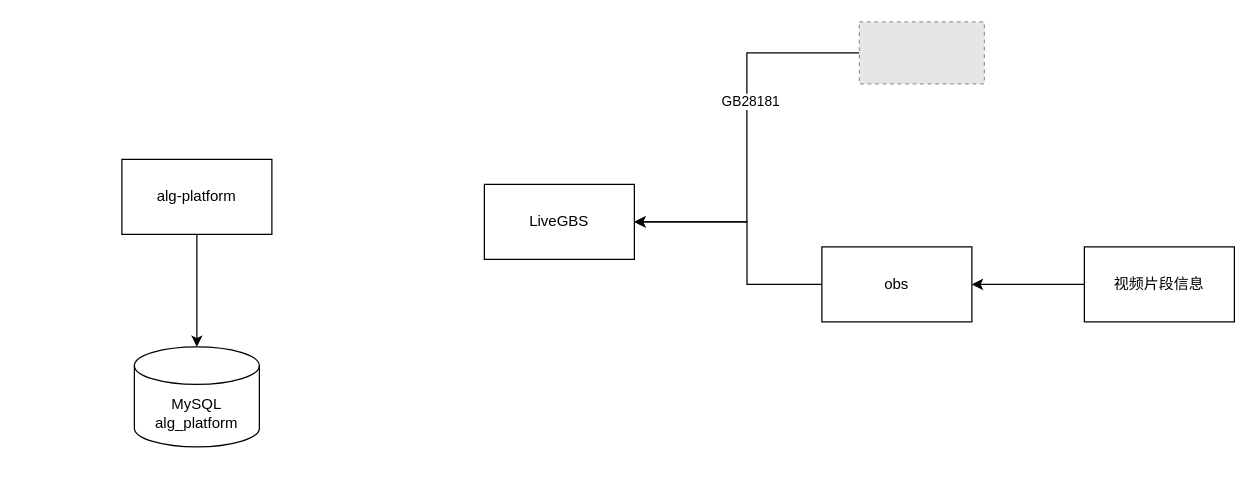
The draw.io diagram page "第 2 页" (2 of 2) of drawio/算法管理平台.drawio in wangyunhuan895-eng/images, before the edit. Source tidied: cells renumbered, new cells numbered last; positions are measured from the earlier drawing's top-left corner, leaving out a move shared by most shapes. Both pictures are drawn from the tidied source at 125%, with x=0, y=0 at pixel (121, 21). Pictures stored in the file or linked from it are replaced by grey dashed boxes.
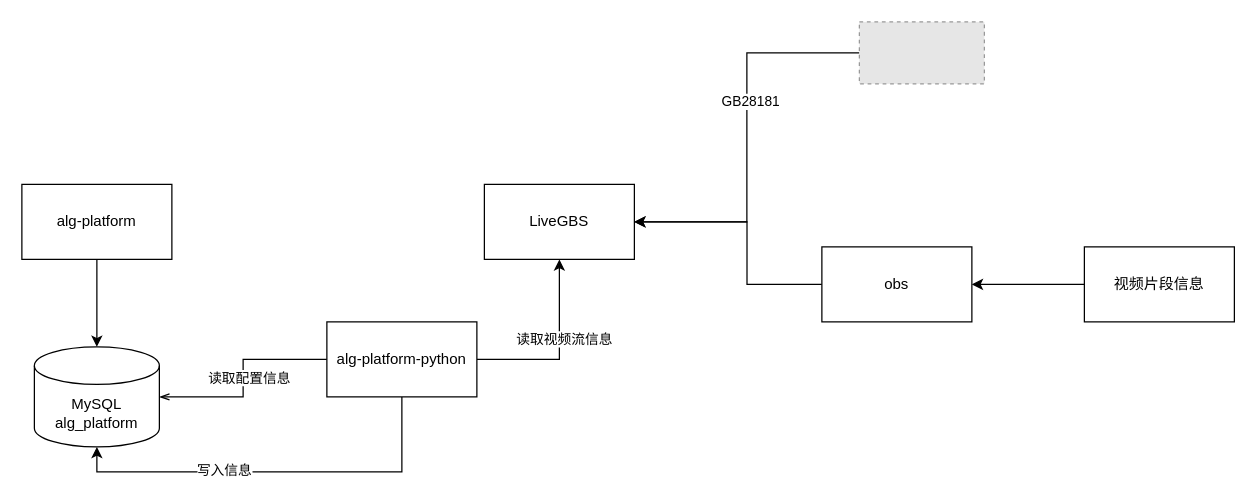
The same page after the edit.

Commit message:
更新算法管理平台.drawio

The change refers to these unchanged cells:
```xml
<mxCell id="5" value="LiveGBS" style="rounded=0;whiteSpace=wrap;html=1;" parent="1" vertex="1">
  <mxGeometry x="290" y="130" width="120" height="60" as="geometry" />
</mxCell>
```

Change to the diagram source:
```diff
@@
     <mxCell id="3" value="alg-platform" style="rounded=0;whiteSpace=wrap;html=1;" parent="1" vertex="1">
-      <mxGeometry y="110" width="120" height="60" as="geometry" />
+      <mxGeometry x="-80" y="130" width="120" height="60" as="geometry" />
     </mxCell>
+    <mxCell id="13" style="edgeStyle=orthogonalEdgeStyle;rounded=0;jettySize=auto;html=1;exitX=1;exitY=0.5;exitDx=0;exitDy=0;exitPerimeter=0;startArrow=openThin;startFill=0;endArrow=none;endFill=0;" parent="1" edge="1" source="4" target="17">
+      <mxGeometry relative="1" as="geometry" />
+    </mxCell>
+    <mxCell id="14" value="读取配置信息" style="edgeLabel;html=1;align=center;verticalAlign=middle;" parent="13" vertex="1">
+      <mxGeometry x="0.01" y="-4" relative="1" as="geometry" />
+    </mxCell>
     <mxCell id="4" value="MySQL&lt;div&gt;alg_platform&lt;/div&gt;" style="shape=cylinder3;whiteSpace=wrap;html=1;boundedLbl=1;backgroundOutline=1;size=15;" parent="1" vertex="1">
-      <mxGeometry x="10" y="260" width="100" height="80" as="geometry" />
+      <mxGeometry x="-70" y="260" width="100" height="80" as="geometry" />
     </mxCell>
@@
+    <mxCell id="15" style="edgeStyle=orthogonalEdgeStyle;rounded=0;jettySize=auto;html=1;exitX=1;exitY=0.5;exitDx=0;exitDy=0;" parent="1" edge="1" source="17" target="5">
+      <mxGeometry relative="1" as="geometry" />
+    </mxCell>
+    <mxCell id="16" value="读取视频流信息" style="edgeLabel;html=1;align=center;verticalAlign=middle;" parent="15" vertex="1">
+      <mxGeometry x="0.14" y="-3" relative="1" as="geometry" />
+    </mxCell>
+    <mxCell id="17" value="alg-platform-python" style="rounded=0;whiteSpace=wrap;html=1;" parent="1" vertex="1">
+      <mxGeometry x="164" y="240" width="120" height="60" as="geometry" />
+    </mxCell>
+    <mxCell id="18" style="edgeStyle=orthogonalEdgeStyle;rounded=0;jettySize=auto;html=1;exitX=0.5;exitY=1;exitDx=0;exitDy=0;entryX=0.5;entryY=1;entryDx=0;entryDy=0;entryPerimeter=0;" parent="1" edge="1" source="17" target="4">
+      <mxGeometry relative="1" as="geometry" />
+    </mxCell>
+    <mxCell id="19" value="写入信息" style="edgeLabel;html=1;align=center;verticalAlign=middle;" parent="18" vertex="1">
+      <mxGeometry x="0.25" y="-2" relative="1" as="geometry" />
+    </mxCell>
```
